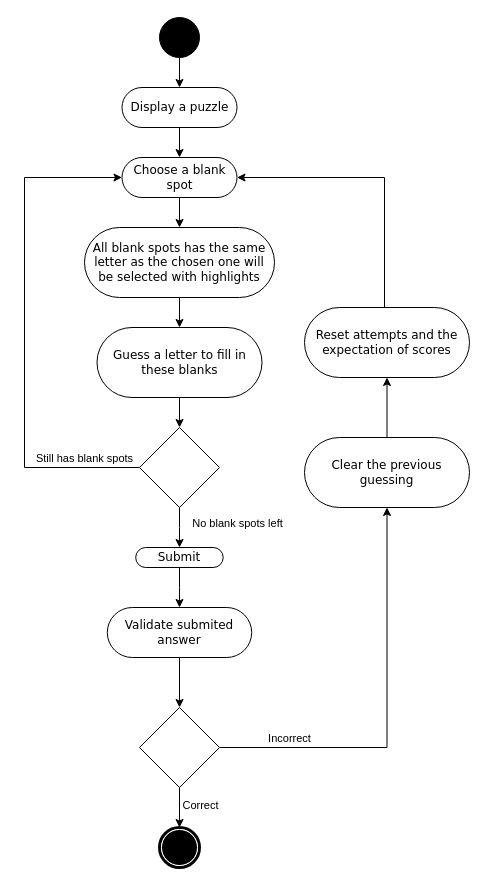
Before: play.drawio in maxinimize/uml, a draw.io diagram. Source tidied: cells renumbered, new cells numbered last; positions are measured from the earlier drawing's top-left corner, leaving out a move shared by most shapes. Both pictures are drawn from the tidied source at 100%, with x=0, y=0 at pixel (24, 17).
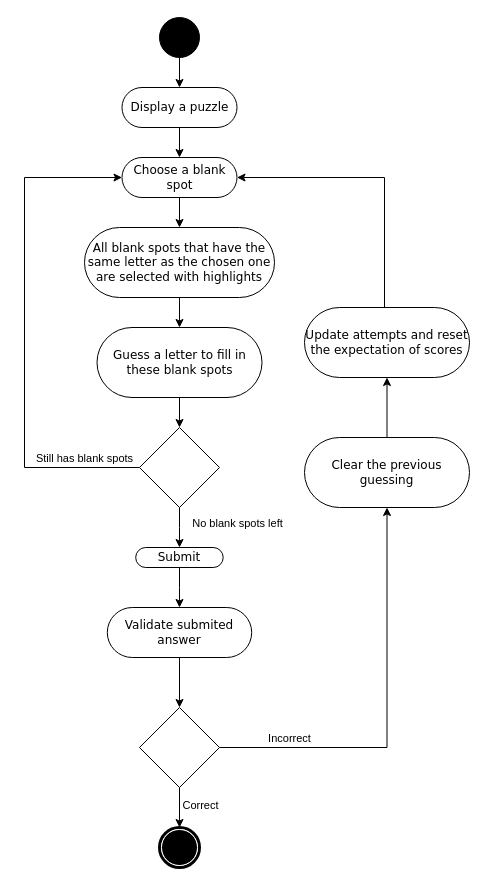
The same diagram, later.

What changed in the source:
```diff
@@
-    <mxCell id="7" value="All blank spots has the same letter as the chosen one will be selected with highlights" style="rounded=1;whiteSpace=wrap;html=1;shadow=0;comic=0;labelBackgroundColor=none;strokeWidth=1;fontFamily=Verdana;fontSize=12;align=center;arcSize=50;" parent="1" vertex="1">
+    <mxCell id="7" value="All blank spots that have the same letter as the chosen one are selected with highlights" style="rounded=1;whiteSpace=wrap;html=1;shadow=0;comic=0;labelBackgroundColor=none;strokeWidth=1;fontFamily=Verdana;fontSize=12;align=center;arcSize=50;" parent="1" vertex="1">
       <mxGeometry x="60" y="210" width="190" height="70" as="geometry" />
     </mxCell>
@@
-    <mxCell id="9" value="Guess a letter to fill in these blanks" style="whiteSpace=wrap;html=1;fontFamily=Verdana;rounded=1;shadow=0;comic=0;labelBackgroundColor=none;strokeWidth=1;arcSize=50;" parent="1" vertex="1">
+    <mxCell id="9" value="Guess a letter to fill in these blank spots" style="whiteSpace=wrap;html=1;fontFamily=Verdana;rounded=1;shadow=0;comic=0;labelBackgroundColor=none;strokeWidth=1;arcSize=50;" parent="1" vertex="1">
       <mxGeometry x="72.5" y="310" width="165" height="70" as="geometry" />
     </mxCell>
@@
-    <mxCell id="28" value="Reset attempts and the expectation of scores" style="whiteSpace=wrap;html=1;fontFamily=Verdana;rounded=1;shadow=0;comic=0;labelBackgroundColor=none;strokeWidth=1;arcSize=50;" parent="1" vertex="1">
+    <mxCell id="28" value="Update attempts and reset the expectation of scores" style="whiteSpace=wrap;html=1;fontFamily=Verdana;rounded=1;shadow=0;comic=0;labelBackgroundColor=none;strokeWidth=1;arcSize=50;" parent="1" vertex="1">
       <mxGeometry x="280" y="290" width="165" height="70" as="geometry" />
     </mxCell>
```
